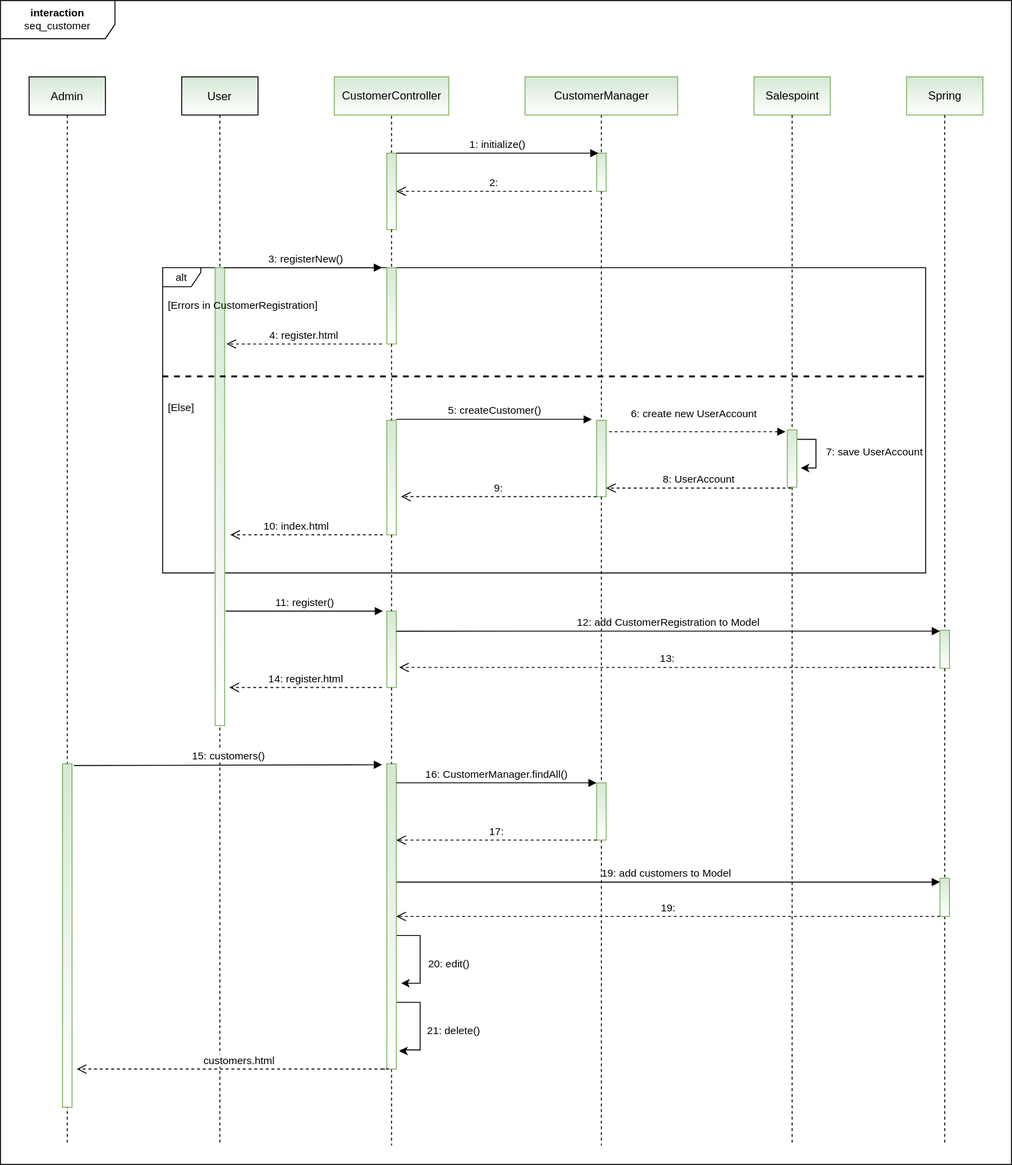
Above: src/main/asciidoc/models/design/seq_customer.svg in hejo221/swt20w37 (draw.io), before the change. Source tidied: cells renumbered, new cells last; positions are measured from the earlier drawing's top-left corner, leaving out a move shared by most shapes.
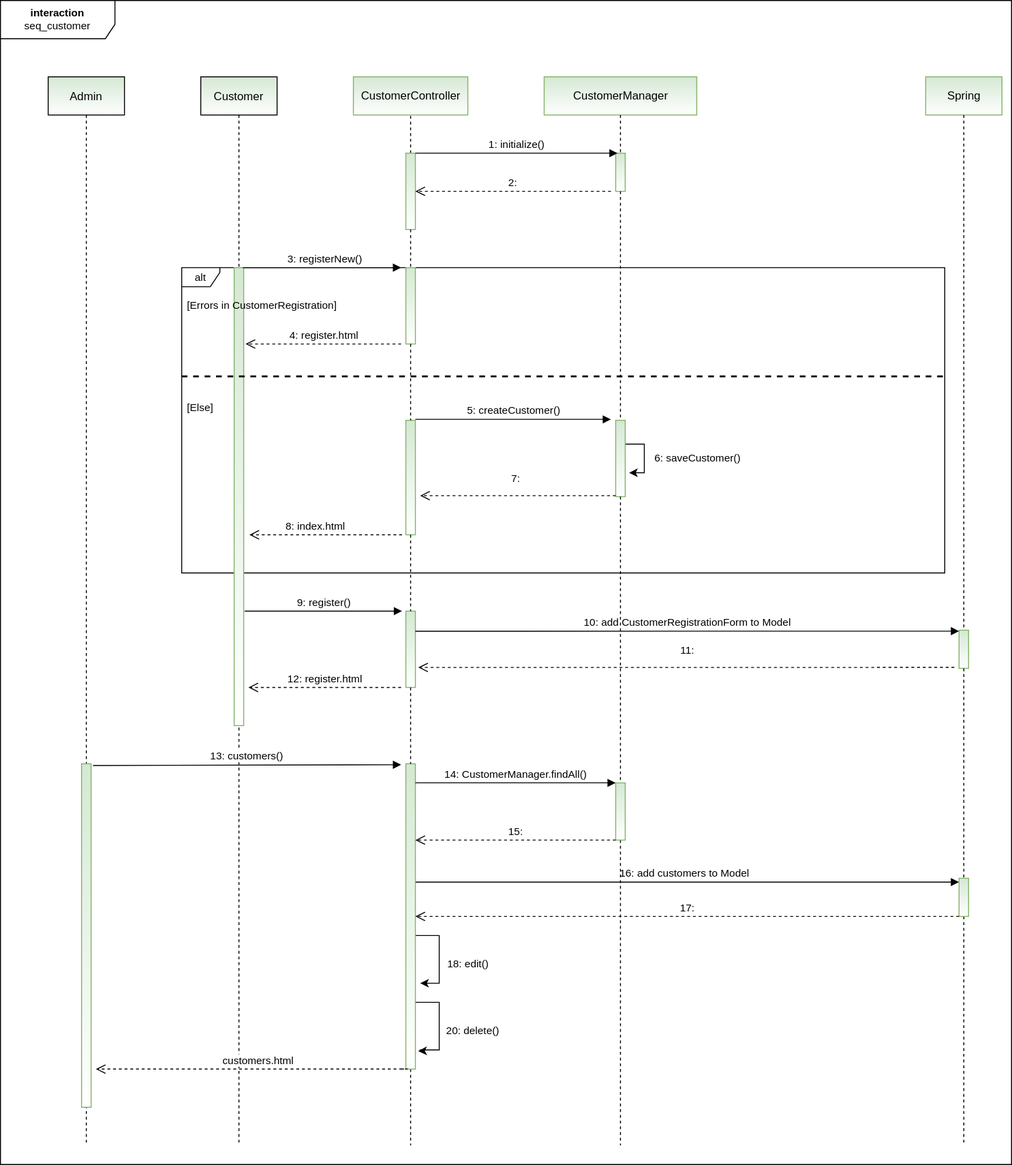
After the commit.

Change to the diagram source:
```diff
@@ -6,9 +6,9 @@
       <mxGeometry x="170" y="280" width="800" height="320" as="geometry" />
     </mxCell>
     <mxCell id="3" value="&lt;b&gt;interaction&lt;/b&gt;&lt;br&gt;seq_customer" style="shape=umlFrame;whiteSpace=wrap;html=1;strokeColor=#000000;gradientColor=#ffffff;fontSize=11;width=120;height=40;" parent="1" vertex="1">
-      <mxGeometry width="1060" height="1220" as="geometry" />
+      <mxGeometry x="-20" width="1060" height="1220" as="geometry" />
     </mxCell>
-    <mxCell id="4" value="19: add customers to Model" style="html=1;verticalAlign=bottom;endArrow=block;strokeColor=#000000;fontSize=11;entryX=0;entryY=0.1;entryDx=0;entryDy=0;entryPerimeter=0;" parent="1" edge="1" target="57">
+    <mxCell id="4" value="16: add customers to Model" style="html=1;verticalAlign=bottom;endArrow=block;strokeColor=#000000;fontSize=11;entryX=0;entryY=0.1;entryDx=0;entryDy=0;entryPerimeter=0;" parent="1" edge="1" target="57">
       <mxGeometry relative="1" as="geometry">
         <mxPoint x="410" y="924" as="sourcePoint" />
       </mxGeometry>
@@ -25,13 +25,13 @@
     <mxCell id="7" style="html=1;points=[];perimeter=orthogonalPerimeter;fillColor=#d5e8d4;strokeColor=#82b366;gradientColor=#ffffff;" parent="6" vertex="1">
       <mxGeometry x="35" y="720" width="10" height="360" as="geometry" />
     </mxCell>
-    <mxCell id="8" value="User" style="shape=umlLifeline;perimeter=lifelinePerimeter;rounded=0;shadow=0;strokeWidth=1;fillColor=#d5e8d4;gradientColor=#ffffff;" parent="1" vertex="1">
+    <mxCell id="8" value="Customer" style="shape=umlLifeline;perimeter=lifelinePerimeter;rounded=0;shadow=0;strokeWidth=1;fillColor=#d5e8d4;gradientColor=#ffffff;" parent="1" vertex="1">
       <mxGeometry x="190" y="80" width="80" height="1120" as="geometry" />
     </mxCell>
     <mxCell id="9" style="html=1;points=[];perimeter=orthogonalPerimeter;strokeColor=#82b366;fillColor=#d5e8d4;gradientColor=#ffffff;" parent="8" vertex="1">
       <mxGeometry x="35" y="200" width="10" height="480" as="geometry" />
     </mxCell>
-    <mxCell id="10" value="CustomerController" style="html=1;fillColor=#d5e8d4;strokeColor=#82b366;gradientColor=#ffffff;rounded=0;" parent="1" vertex="1">
+    <mxCell id="10" value="CustomerController" style="html=1;rounded=0;fillColor=#d5e8d4;strokeColor=#82b366;gradientColor=#ffffff;" parent="1" vertex="1">
       <mxGeometry x="350" y="80" width="120" height="40" as="geometry" />
     </mxCell>
     <mxCell id="11" style="edgeStyle=orthogonalEdgeStyle;rounded=0;jettySize=auto;html=1;dashed=1;endArrow=none;endFill=0;" parent="1" edge="1" source="53">
@@ -42,14 +42,6 @@
     <mxCell id="12" value="CustomerManager" style="html=1;fillColor=#d5e8d4;strokeColor=#82b366;gradientColor=#ffffff;" parent="1" vertex="1">
       <mxGeometry x="550" y="80" width="160" height="40" as="geometry" />
     </mxCell>
-    <mxCell id="13" style="edgeStyle=orthogonalEdgeStyle;rounded=0;jettySize=auto;html=1;startArrow=none;startFill=0;endArrow=none;endFill=0;strokeColor=#000000;dashed=1;" parent="1" edge="1" source="31">
-      <mxGeometry relative="1" as="geometry">
-        <mxPoint x="830" y="1200" as="targetPoint" />
-      </mxGeometry>
-    </mxCell>
-    <mxCell id="14" value="Salespoint" style="html=1;fillColor=#d5e8d4;strokeColor=#82b366;gradientColor=#ffffff;" parent="1" vertex="1">
-      <mxGeometry x="790" y="80" width="80" height="40" as="geometry" />
-    </mxCell>
     <mxCell id="15" style="edgeStyle=orthogonalEdgeStyle;rounded=0;jettySize=auto;html=1;dashed=1;startArrow=none;startFill=0;endArrow=none;endFill=0;strokeColor=#000000;" parent="1" edge="1" source="57">
       <mxGeometry relative="1" as="geometry">
         <mxPoint x="990" y="1200" as="targetPoint" />
@@ -114,51 +106,36 @@
     <mxCell id="29" style="edgeStyle=orthogonalEdgeStyle;rounded=0;jettySize=auto;html=1;dashed=1;endArrow=none;endFill=0;" parent="1" edge="1" source="20" target="35">
       <mxGeometry relative="1" as="geometry" />
     </mxCell>
-    <mxCell id="30" style="edgeStyle=orthogonalEdgeStyle;rounded=0;jettySize=auto;html=1;startArrow=none;startFill=0;endArrow=classic;endFill=1;strokeColor=#000000;" parent="1" edge="1" source="31">
+    <mxCell id="30" style="edgeStyle=orthogonalEdgeStyle;rounded=0;orthogonalLoop=1;jettySize=auto;html=1;startArrow=none;startFill=0;endArrow=classic;endFill=1;strokeColor=#000000;" parent="1" edge="1">
       <mxGeometry relative="1" as="geometry">
-        <mxPoint x="839" y="490" as="targetPoint" />
+        <mxPoint x="635" y="465" as="sourcePoint" />
+        <mxPoint x="639" y="495" as="targetPoint" />
         <Array as="points">
-          <mxPoint x="855" y="460" />
-          <mxPoint x="855" y="490" />
-          <mxPoint x="839" y="490" />
+          <mxPoint x="655" y="465" />
+          <mxPoint x="655" y="495" />
+          <mxPoint x="639" y="495" />
         </Array>
       </mxGeometry>
     </mxCell>
-    <mxCell id="31" style="html=1;points=[];perimeter=orthogonalPerimeter;strokeColor=#82b366;fillColor=#d5e8d4;gradientColor=#ffffff;" parent="1" vertex="1">
-      <mxGeometry x="825" y="450" width="10" height="60" as="geometry" />
-    </mxCell>
-    <mxCell id="32" style="edgeStyle=orthogonalEdgeStyle;rounded=0;jettySize=auto;html=1;startArrow=none;startFill=0;endArrow=none;endFill=0;strokeColor=#000000;dashed=1;" parent="1" edge="1" source="14" target="31">
-      <mxGeometry relative="1" as="geometry" />
-    </mxCell>
     <mxCell id="33" value="5: createCustomer()" style="html=1;verticalAlign=bottom;endArrow=block;strokeColor=#000000;" parent="1" edge="1">
       <mxGeometry relative="1" as="geometry">
         <mxPoint x="415" y="439" as="sourcePoint" />
         <mxPoint x="620" y="439" as="targetPoint" />
       </mxGeometry>
     </mxCell>
-    <mxCell id="34" value="6: create new UserAccount" style="html=1;verticalAlign=bottom;endArrow=block;strokeColor=#000000;dashed=1;entryX=-0.2;entryY=0.033;entryDx=0;entryDy=0;entryPerimeter=0;" parent="1" edge="1" target="31">
-      <mxGeometry x="-0.04" y="10" relative="1" as="geometry">
-        <mxPoint x="638" y="452" as="sourcePoint" />
-      </mxGeometry>
-    </mxCell>
     <mxCell id="35" style="html=1;points=[];perimeter=orthogonalPerimeter;strokeColor=#82b366;fillColor=#d5e8d4;gradientColor=#ffffff;" parent="1" vertex="1">
       <mxGeometry x="625" y="440" width="10" height="80" as="geometry" />
     </mxCell>
-    <mxCell id="36" value="7: save UserAccount" style="text;strokeColor=none;fillColor=none;align=left;verticalAlign=top;spacingLeft=4;spacingRight=4;overflow=hidden;fontSize=11;" parent="1" vertex="1">
-      <mxGeometry x="860" y="460" width="120" height="26" as="geometry" />
+    <mxCell id="36" value="6: saveCustomer()" style="text;strokeColor=none;fillColor=none;align=left;verticalAlign=top;spacingLeft=4;spacingRight=4;overflow=hidden;fontSize=11;" parent="1" vertex="1">
+      <mxGeometry x="660" y="467" width="120" height="26" as="geometry" />
     </mxCell>
-    <mxCell id="37" value="8: UserAccount" style="html=1;verticalAlign=bottom;endArrow=open;dashed=1;endSize=8;strokeColor=#000000;fontSize=11;" parent="1" edge="1" target="35">
-      <mxGeometry relative="1" as="geometry">
-        <mxPoint x="829" y="511" as="sourcePoint" />
-      </mxGeometry>
-    </mxCell>
-    <mxCell id="38" value="9:" style="html=1;verticalAlign=bottom;endArrow=open;dashed=1;endSize=8;strokeColor=#000000;fontSize=11;" parent="1" edge="1">
-      <mxGeometry relative="1" as="geometry">
-        <mxPoint x="625" y="520" as="sourcePoint" />
-        <mxPoint x="420" y="520" as="targetPoint" />
+    <mxCell id="38" value="7:" style="html=1;verticalAlign=bottom;endArrow=open;dashed=1;endSize=8;strokeColor=#000000;fontSize=11;" parent="1" edge="1">
+      <mxGeometry x="0.02" y="-9" relative="1" as="geometry">
+        <mxPoint x="625" y="519" as="sourcePoint" />
+        <mxPoint x="420" y="519" as="targetPoint" />
       </mxGeometry>
     </mxCell>
-    <mxCell id="39" value="10: index.html" style="html=1;verticalAlign=bottom;endArrow=open;dashed=1;endSize=8;strokeColor=#000000;fontSize=11;" parent="1" edge="1">
+    <mxCell id="39" value="8: index.html" style="html=1;verticalAlign=bottom;endArrow=open;dashed=1;endSize=8;strokeColor=#000000;fontSize=11;" parent="1" edge="1">
       <mxGeometry x="0.14" relative="1" as="geometry">
         <mxPoint x="401" y="560" as="sourcePoint" />
         <mxPoint x="241" y="560" as="targetPoint" />
@@ -180,20 +157,20 @@
     <mxCell id="43" style="edgeStyle=orthogonalEdgeStyle;rounded=0;jettySize=auto;html=1;dashed=1;startArrow=none;startFill=0;endArrow=none;endFill=0;strokeColor=#000000;" parent="1" edge="1" source="16" target="42">
       <mxGeometry relative="1" as="geometry" />
     </mxCell>
-    <mxCell id="44" value="11: register()" style="html=1;verticalAlign=bottom;endArrow=block;strokeColor=#000000;fontSize=11;exitX=1.1;exitY=0.75;exitDx=0;exitDy=0;exitPerimeter=0;entryX=-0.4;entryY=0;entryDx=0;entryDy=0;entryPerimeter=0;" parent="1" edge="1" source="9" target="40">
+    <mxCell id="44" value="9: register()" style="html=1;verticalAlign=bottom;endArrow=block;strokeColor=#000000;fontSize=11;exitX=1.1;exitY=0.75;exitDx=0;exitDy=0;exitPerimeter=0;entryX=-0.4;entryY=0;entryDx=0;entryDy=0;entryPerimeter=0;" parent="1" edge="1" source="9" target="40">
       <mxGeometry relative="1" as="geometry" />
     </mxCell>
-    <mxCell id="45" value="12: add CustomerRegistration to Model" style="html=1;verticalAlign=bottom;endArrow=block;strokeColor=#000000;fontSize=11;exitX=1;exitY=0.263;exitDx=0;exitDy=0;exitPerimeter=0;" parent="1" edge="1" source="40">
+    <mxCell id="45" value="10: add CustomerRegistrationForm to Model" style="html=1;verticalAlign=bottom;endArrow=block;strokeColor=#000000;fontSize=11;exitX=1;exitY=0.263;exitDx=0;exitDy=0;exitPerimeter=0;" parent="1" edge="1" source="40">
       <mxGeometry relative="1" as="geometry">
         <mxPoint x="985" y="661" as="targetPoint" />
       </mxGeometry>
     </mxCell>
-    <mxCell id="46" value="13:" style="html=1;verticalAlign=bottom;endArrow=open;dashed=1;endSize=8;strokeColor=#000000;fontSize=11;entryX=1.3;entryY=0.738;entryDx=0;entryDy=0;entryPerimeter=0;" parent="1" edge="1" target="40">
-      <mxGeometry relative="1" as="geometry">
+    <mxCell id="46" value="11:" style="html=1;verticalAlign=bottom;endArrow=open;dashed=1;endSize=8;strokeColor=#000000;fontSize=11;entryX=1.3;entryY=0.738;entryDx=0;entryDy=0;entryPerimeter=0;" parent="1" edge="1" target="40">
+      <mxGeometry y="-9" relative="1" as="geometry">
         <mxPoint x="980" y="699" as="sourcePoint" />
       </mxGeometry>
     </mxCell>
-    <mxCell id="47" value="14: register.html" style="html=1;verticalAlign=bottom;endArrow=open;dashed=1;endSize=8;strokeColor=#000000;fontSize=11;" parent="1" edge="1">
+    <mxCell id="47" value="12: register.html" style="html=1;verticalAlign=bottom;endArrow=open;dashed=1;endSize=8;strokeColor=#000000;fontSize=11;" parent="1" edge="1">
       <mxGeometry relative="1" as="geometry">
         <mxPoint x="400" y="720" as="sourcePoint" />
         <mxPoint x="240" y="720" as="targetPoint" />
@@ -224,7 +201,7 @@
     <mxCell id="51" style="edgeStyle=orthogonalEdgeStyle;rounded=0;jettySize=auto;html=1;startArrow=none;startFill=0;endArrow=none;endFill=0;strokeColor=#000000;dashed=1;" parent="1" edge="1" source="40" target="50">
       <mxGeometry relative="1" as="geometry" />
     </mxCell>
-    <mxCell id="52" value="15: customers()" style="html=1;verticalAlign=bottom;endArrow=block;strokeColor=#000000;fontSize=11;exitX=1.2;exitY=0.005;exitDx=0;exitDy=0;exitPerimeter=0;" parent="1" edge="1" source="7">
+    <mxCell id="52" value="13: customers()" style="html=1;verticalAlign=bottom;endArrow=block;strokeColor=#000000;fontSize=11;exitX=1.2;exitY=0.005;exitDx=0;exitDy=0;exitPerimeter=0;" parent="1" edge="1" source="7">
       <mxGeometry relative="1" as="geometry">
         <mxPoint x="400" y="801" as="targetPoint" />
       </mxGeometry>
@@ -235,13 +212,13 @@
     <mxCell id="54" style="edgeStyle=orthogonalEdgeStyle;rounded=0;jettySize=auto;html=1;dashed=1;endArrow=none;endFill=0;" parent="1" edge="1" source="35" target="53">
       <mxGeometry relative="1" as="geometry" />
     </mxCell>
-    <mxCell id="55" value="16: CustomerManager.findAll()" style="html=1;verticalAlign=bottom;endArrow=block;strokeColor=#000000;fontSize=11;" parent="1" edge="1">
+    <mxCell id="55" value="14: CustomerManager.findAll()" style="html=1;verticalAlign=bottom;endArrow=block;strokeColor=#000000;fontSize=11;" parent="1" edge="1">
       <mxGeometry relative="1" as="geometry">
         <mxPoint x="415" y="820" as="sourcePoint" />
         <mxPoint x="625" y="820" as="targetPoint" />
       </mxGeometry>
     </mxCell>
-    <mxCell id="56" value="17:" style="html=1;verticalAlign=bottom;endArrow=open;dashed=1;endSize=8;strokeColor=#000000;fontSize=11;" parent="1" edge="1" target="50">
+    <mxCell id="56" value="15:" style="html=1;verticalAlign=bottom;endArrow=open;dashed=1;endSize=8;strokeColor=#000000;fontSize=11;" parent="1" edge="1" target="50">
       <mxGeometry relative="1" as="geometry">
         <mxPoint x="625" y="880" as="sourcePoint" />
       </mxGeometry>
@@ -252,15 +229,15 @@
     <mxCell id="58" style="edgeStyle=orthogonalEdgeStyle;rounded=0;jettySize=auto;html=1;dashed=1;startArrow=none;startFill=0;endArrow=none;endFill=0;strokeColor=#000000;" parent="1" edge="1" source="42" target="57">
       <mxGeometry relative="1" as="geometry" />
     </mxCell>
-    <mxCell id="59" value="19:" style="html=1;verticalAlign=bottom;endArrow=open;dashed=1;endSize=8;strokeColor=#000000;fontSize=11;exitX=0;exitY=1;exitDx=0;exitDy=0;exitPerimeter=0;" parent="1" edge="1" source="57">
+    <mxCell id="59" value="17:" style="html=1;verticalAlign=bottom;endArrow=open;dashed=1;endSize=8;strokeColor=#000000;fontSize=11;exitX=0;exitY=1;exitDx=0;exitDy=0;exitPerimeter=0;" parent="1" edge="1" source="57">
       <mxGeometry relative="1" as="geometry">
         <mxPoint x="415" y="960" as="targetPoint" />
       </mxGeometry>
     </mxCell>
-    <mxCell id="60" value="20: edit()" style="text;html=1;align=center;verticalAlign=middle;fontSize=11;" parent="1" vertex="1">
+    <mxCell id="60" value="18: edit()" style="text;html=1;align=center;verticalAlign=middle;fontSize=11;" parent="1" vertex="1">
       <mxGeometry x="440" y="1000" width="60" height="20" as="geometry" />
     </mxCell>
-    <mxCell id="61" value="21: delete()" style="text;html=1;align=center;verticalAlign=middle;fontSize=11;" parent="1" vertex="1">
+    <mxCell id="61" value="20: delete()" style="text;html=1;align=center;verticalAlign=middle;fontSize=11;" parent="1" vertex="1">
       <mxGeometry x="440" y="1070" width="70" height="20" as="geometry" />
     </mxCell>
     <mxCell id="62" value="customers.html" style="html=1;verticalAlign=bottom;endArrow=open;dashed=1;endSize=8;strokeColor=#000000;fontSize=11;" parent="1" edge="1">
```
